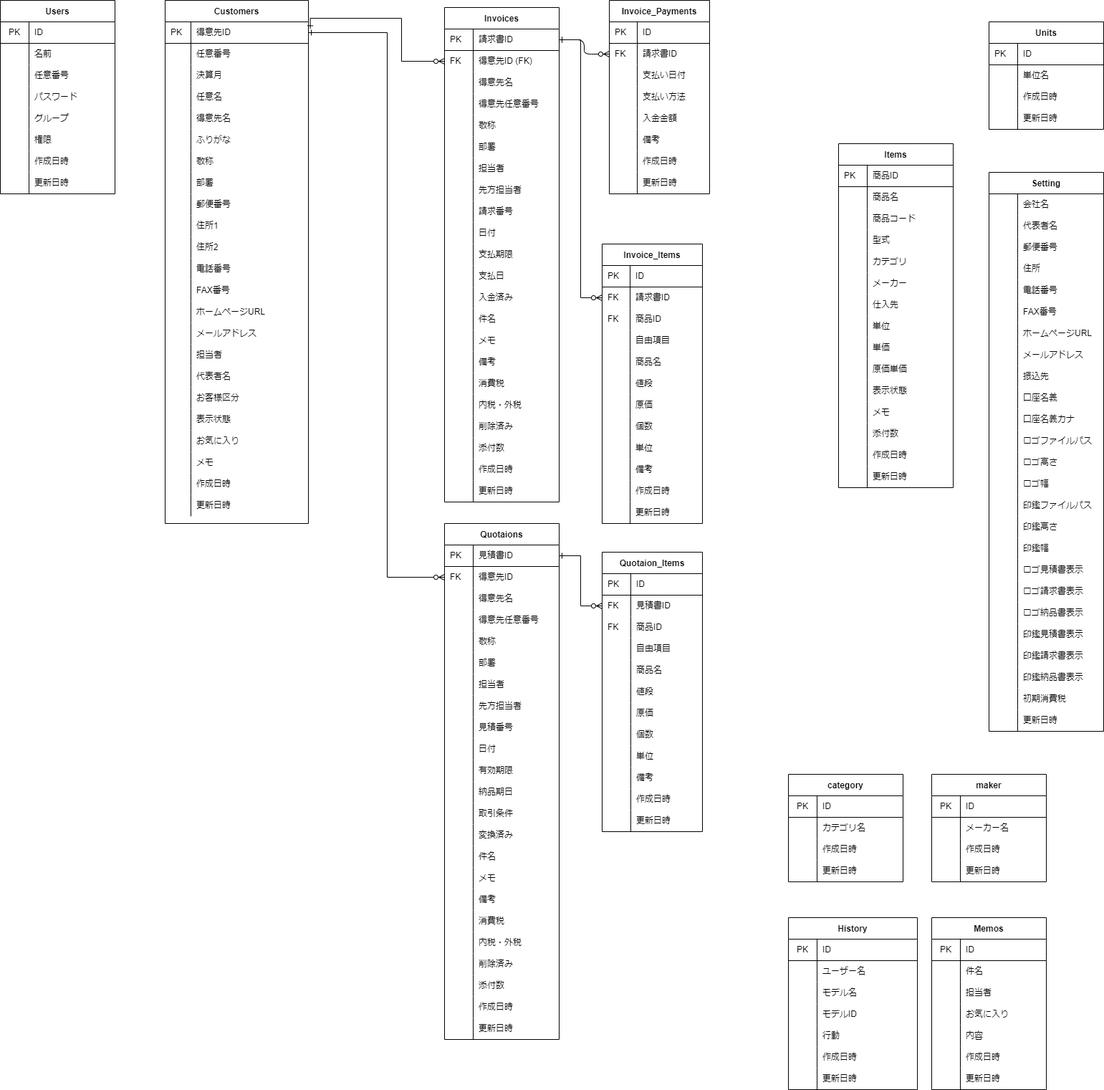
This is soho_er.png from gamasenninn/caddie-clone, a draw.io export, as it was before one commit. Source tidied: cells renumbered, new cells last; positions are measured from the earlier drawing's top-left corner, leaving out a move shared by most shapes.
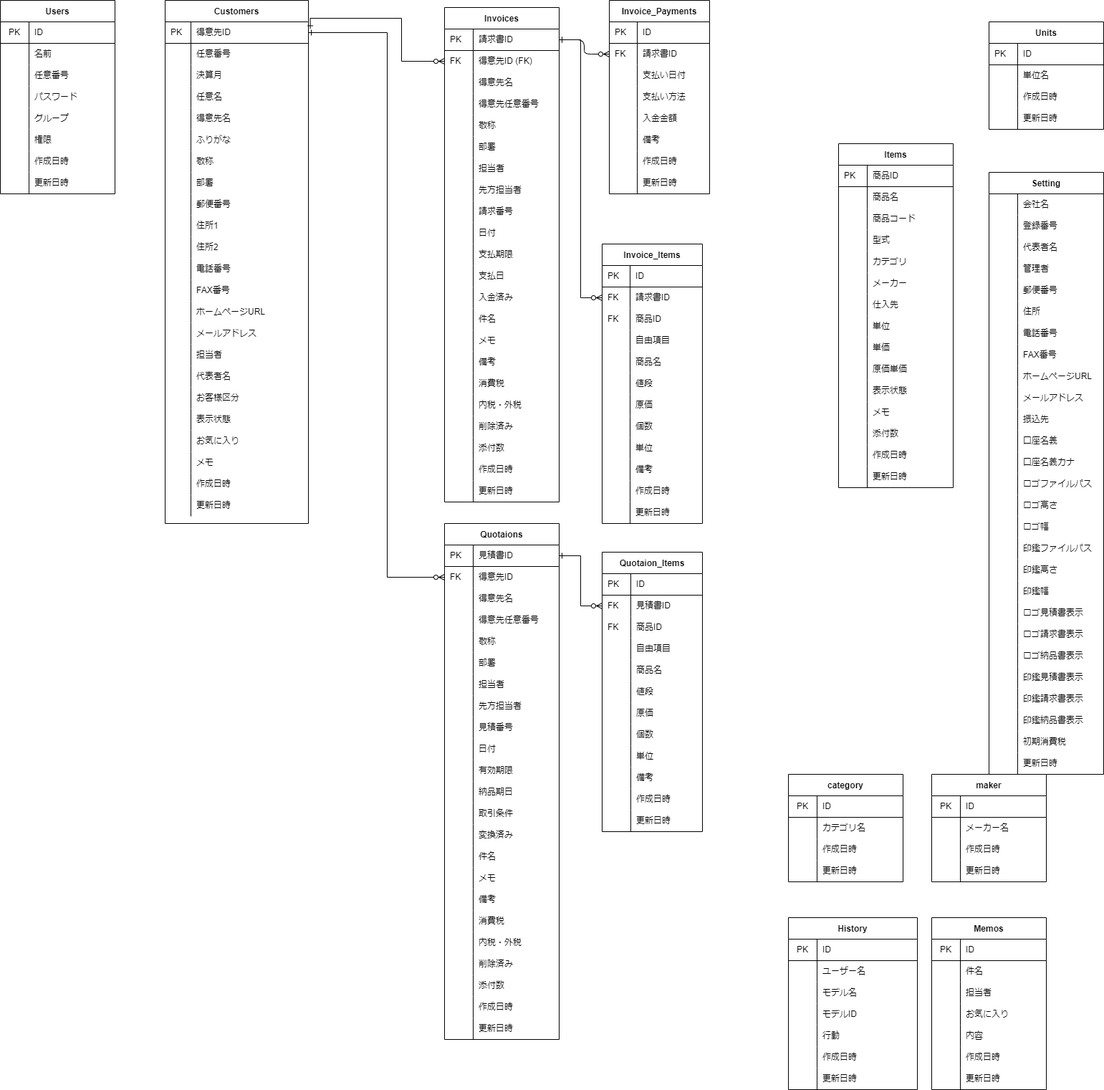
Above is the later version.

The edit, as a diff of the source:
```diff
@@ -1023,7 +1023,7 @@
       <mxGeometry x="40" width="120" height="30" as="geometry" />
     </mxCell>
     <mxCell id="342" value="Setting" style="shape=table;startSize=30;rowLines=0;fontStyle=1;align=center;" parent="1" vertex="1">
-      <mxGeometry x="1380" y="240" width="160" height="780" as="geometry" />
+      <mxGeometry x="1380" y="240" width="160" height="840" as="geometry" />
     </mxCell>
     <mxCell id="343" style="shape=partialRectangle;html=1;whiteSpace=wrap;fillColor=none;top=0;left=0;bottom=0;right=0;" parent="342" vertex="1">
       <mxGeometry y="30" width="160" height="30" as="geometry" />
@@ -1034,8 +1034,17 @@
     <mxCell id="345" value="会社名" style="shape=partialRectangle;html=1;whiteSpace=wrap;fillColor=none;top=0;left=0;bottom=0;right=0;align=left;spacingLeft=6;overflow=hidden;" parent="343" vertex="1">
       <mxGeometry x="40" width="120" height="30" as="geometry" />
     </mxCell>
+    <mxCell id="543" style="shape=partialRectangle;html=1;whiteSpace=wrap;fillColor=none;top=0;left=0;bottom=0;right=0;" parent="342" vertex="1">
+      <mxGeometry y="60" width="160" height="30" as="geometry" />
+    </mxCell>
+    <mxCell id="544" style="shape=partialRectangle;html=1;whiteSpace=wrap;fillColor=none;top=0;left=0;bottom=0;right=0;align=left;spacingLeft=6;overflow=hidden;" parent="543" vertex="1">
+      <mxGeometry width="40" height="30" as="geometry" />
+    </mxCell>
+    <mxCell id="545" value="登録番号" style="shape=partialRectangle;html=1;whiteSpace=wrap;fillColor=none;top=0;left=0;bottom=0;right=0;align=left;spacingLeft=6;overflow=hidden;" parent="543" vertex="1">
+      <mxGeometry x="40" width="120" height="30" as="geometry" />
+    </mxCell>
     <mxCell id="346" style="shape=partialRectangle;html=1;whiteSpace=wrap;fillColor=none;top=0;left=0;bottom=0;right=0;" parent="342" vertex="1">
-      <mxGeometry y="60" width="160" height="30" as="geometry" />
+      <mxGeometry y="90" width="160" height="30" as="geometry" />
     </mxCell>
     <mxCell id="347" style="shape=partialRectangle;html=1;whiteSpace=wrap;fillColor=none;top=0;left=0;bottom=0;right=0;align=left;spacingLeft=6;overflow=hidden;" parent="346" vertex="1">
       <mxGeometry width="40" height="30" as="geometry" />
@@ -1043,8 +1052,17 @@
     <mxCell id="348" value="代表者名" style="shape=partialRectangle;html=1;whiteSpace=wrap;fillColor=none;top=0;left=0;bottom=0;right=0;align=left;spacingLeft=6;overflow=hidden;" parent="346" vertex="1">
       <mxGeometry x="40" width="120" height="30" as="geometry" />
     </mxCell>
+    <mxCell id="546" style="shape=partialRectangle;html=1;whiteSpace=wrap;fillColor=none;top=0;left=0;bottom=0;right=0;" parent="342" vertex="1">
+      <mxGeometry y="120" width="160" height="30" as="geometry" />
+    </mxCell>
+    <mxCell id="547" style="shape=partialRectangle;html=1;whiteSpace=wrap;fillColor=none;top=0;left=0;bottom=0;right=0;align=left;spacingLeft=6;overflow=hidden;" parent="546" vertex="1">
+      <mxGeometry width="40" height="30" as="geometry" />
+    </mxCell>
+    <mxCell id="548" value="管理者" style="shape=partialRectangle;html=1;whiteSpace=wrap;fillColor=none;top=0;left=0;bottom=0;right=0;align=left;spacingLeft=6;overflow=hidden;" parent="546" vertex="1">
+      <mxGeometry x="40" width="120" height="30" as="geometry" />
+    </mxCell>
     <mxCell id="349" style="shape=partialRectangle;html=1;whiteSpace=wrap;fillColor=none;top=0;left=0;bottom=0;right=0;" parent="342" vertex="1">
-      <mxGeometry y="90" width="160" height="30" as="geometry" />
+      <mxGeometry y="150" width="160" height="30" as="geometry" />
     </mxCell>
     <mxCell id="350" style="shape=partialRectangle;html=1;whiteSpace=wrap;fillColor=none;top=0;left=0;bottom=0;right=0;align=left;spacingLeft=6;overflow=hidden;" parent="349" vertex="1">
       <mxGeometry width="40" height="30" as="geometry" />
@@ -1053,7 +1071,7 @@
       <mxGeometry x="40" width="120" height="30" as="geometry" />
     </mxCell>
     <mxCell id="352" style="shape=partialRectangle;html=1;whiteSpace=wrap;fillColor=none;top=0;left=0;bottom=0;right=0;" parent="342" vertex="1">
-      <mxGeometry y="120" width="160" height="30" as="geometry" />
+      <mxGeometry y="180" width="160" height="30" as="geometry" />
     </mxCell>
     <mxCell id="353" style="shape=partialRectangle;html=1;whiteSpace=wrap;fillColor=none;top=0;left=0;bottom=0;right=0;align=left;spacingLeft=6;overflow=hidden;" parent="352" vertex="1">
       <mxGeometry width="40" height="30" as="geometry" />
@@ -1062,7 +1080,7 @@
       <mxGeometry x="40" width="120" height="30" as="geometry" />
     </mxCell>
     <mxCell id="355" style="shape=partialRectangle;html=1;whiteSpace=wrap;fillColor=none;top=0;left=0;bottom=0;right=0;" parent="342" vertex="1">
-      <mxGeometry y="150" width="160" height="30" as="geometry" />
+      <mxGeometry y="210" width="160" height="30" as="geometry" />
     </mxCell>
     <mxCell id="356" style="shape=partialRectangle;html=1;whiteSpace=wrap;fillColor=none;top=0;left=0;bottom=0;right=0;align=left;spacingLeft=6;overflow=hidden;" parent="355" vertex="1">
       <mxGeometry width="40" height="30" as="geometry" />
@@ -1071,7 +1089,7 @@
       <mxGeometry x="40" width="120" height="30" as="geometry" />
     </mxCell>
     <mxCell id="358" style="shape=partialRectangle;html=1;whiteSpace=wrap;fillColor=none;top=0;left=0;bottom=0;right=0;" parent="342" vertex="1">
-      <mxGeometry y="180" width="160" height="30" as="geometry" />
+      <mxGeometry y="240" width="160" height="30" as="geometry" />
     </mxCell>
     <mxCell id="359" style="shape=partialRectangle;html=1;whiteSpace=wrap;fillColor=none;top=0;left=0;bottom=0;right=0;align=left;spacingLeft=6;overflow=hidden;" parent="358" vertex="1">
       <mxGeometry width="40" height="30" as="geometry" />
@@ -1080,7 +1098,7 @@
       <mxGeometry x="40" width="120" height="30" as="geometry" />
     </mxCell>
     <mxCell id="361" style="shape=partialRectangle;html=1;whiteSpace=wrap;fillColor=none;top=0;left=0;bottom=0;right=0;" parent="342" vertex="1">
-      <mxGeometry y="210" width="160" height="30" as="geometry" />
+      <mxGeometry y="270" width="160" height="30" as="geometry" />
     </mxCell>
     <mxCell id="362" style="shape=partialRectangle;html=1;whiteSpace=wrap;fillColor=none;top=0;left=0;bottom=0;right=0;align=left;spacingLeft=6;overflow=hidden;" parent="361" vertex="1">
       <mxGeometry width="40" height="30" as="geometry" />
@@ -1089,7 +1107,7 @@
       <mxGeometry x="40" width="120" height="30" as="geometry" />
     </mxCell>
     <mxCell id="364" style="shape=partialRectangle;html=1;whiteSpace=wrap;fillColor=none;top=0;left=0;bottom=0;right=0;" parent="342" vertex="1">
-      <mxGeometry y="240" width="160" height="30" as="geometry" />
+      <mxGeometry y="300" width="160" height="30" as="geometry" />
     </mxCell>
     <mxCell id="365" style="shape=partialRectangle;html=1;whiteSpace=wrap;fillColor=none;top=0;left=0;bottom=0;right=0;align=left;spacingLeft=6;overflow=hidden;" parent="364" vertex="1">
       <mxGeometry width="40" height="30" as="geometry" />
@@ -1098,7 +1116,7 @@
       <mxGeometry x="40" width="120" height="30" as="geometry" />
     </mxCell>
     <mxCell id="367" style="shape=partialRectangle;html=1;whiteSpace=wrap;fillColor=none;top=0;left=0;bottom=0;right=0;" parent="342" vertex="1">
-      <mxGeometry y="270" width="160" height="30" as="geometry" />
+      <mxGeometry y="330" width="160" height="30" as="geometry" />
     </mxCell>
     <mxCell id="368" style="shape=partialRectangle;html=1;whiteSpace=wrap;fillColor=none;top=0;left=0;bottom=0;right=0;align=left;spacingLeft=6;overflow=hidden;" parent="367" vertex="1">
       <mxGeometry width="40" height="30" as="geometry" />
@@ -1107,7 +1125,7 @@
       <mxGeometry x="40" width="120" height="30" as="geometry" />
     </mxCell>
     <mxCell id="370" style="shape=partialRectangle;html=1;whiteSpace=wrap;fillColor=none;top=0;left=0;bottom=0;right=0;" parent="342" vertex="1">
-      <mxGeometry y="300" width="160" height="30" as="geometry" />
+      <mxGeometry y="360" width="160" height="30" as="geometry" />
     </mxCell>
     <mxCell id="371" style="shape=partialRectangle;html=1;whiteSpace=wrap;fillColor=none;top=0;left=0;bottom=0;right=0;align=left;spacingLeft=6;overflow=hidden;" parent="370" vertex="1">
       <mxGeometry width="40" height="30" as="geometry" />
@@ -1116,7 +1134,7 @@
       <mxGeometry x="40" width="120" height="30" as="geometry" />
     </mxCell>
     <mxCell id="373" style="shape=partialRectangle;html=1;whiteSpace=wrap;fillColor=none;top=0;left=0;bottom=0;right=0;" parent="342" vertex="1">
-      <mxGeometry y="330" width="160" height="30" as="geometry" />
+      <mxGeometry y="390" width="160" height="30" as="geometry" />
     </mxCell>
     <mxCell id="374" style="shape=partialRectangle;html=1;whiteSpace=wrap;fillColor=none;top=0;left=0;bottom=0;right=0;align=left;spacingLeft=6;overflow=hidden;" parent="373" vertex="1">
       <mxGeometry width="40" height="30" as="geometry" />
@@ -1125,7 +1143,7 @@
       <mxGeometry x="40" width="120" height="30" as="geometry" />
     </mxCell>
     <mxCell id="376" style="shape=partialRectangle;html=1;whiteSpace=wrap;fillColor=none;top=0;left=0;bottom=0;right=0;" parent="342" vertex="1">
-      <mxGeometry y="360" width="160" height="30" as="geometry" />
+      <mxGeometry y="420" width="160" height="30" as="geometry" />
     </mxCell>
     <mxCell id="377" style="shape=partialRectangle;html=1;whiteSpace=wrap;fillColor=none;top=0;left=0;bottom=0;right=0;align=left;spacingLeft=6;overflow=hidden;" parent="376" vertex="1">
       <mxGeometry width="40" height="30" as="geometry" />
@@ -1134,7 +1152,7 @@
       <mxGeometry x="40" width="120" height="30" as="geometry" />
     </mxCell>
     <mxCell id="379" style="shape=partialRectangle;html=1;whiteSpace=wrap;fillColor=none;top=0;left=0;bottom=0;right=0;" parent="342" vertex="1">
-      <mxGeometry y="390" width="160" height="30" as="geometry" />
+      <mxGeometry y="450" width="160" height="30" as="geometry" />
     </mxCell>
     <mxCell id="380" style="shape=partialRectangle;html=1;whiteSpace=wrap;fillColor=none;top=0;left=0;bottom=0;right=0;align=left;spacingLeft=6;overflow=hidden;" parent="379" vertex="1">
       <mxGeometry width="40" height="30" as="geometry" />
@@ -1143,7 +1161,7 @@
       <mxGeometry x="40" width="120" height="30" as="geometry" />
     </mxCell>
     <mxCell id="382" style="shape=partialRectangle;html=1;whiteSpace=wrap;fillColor=none;top=0;left=0;bottom=0;right=0;" parent="342" vertex="1">
-      <mxGeometry y="420" width="160" height="30" as="geometry" />
+      <mxGeometry y="480" width="160" height="30" as="geometry" />
     </mxCell>
     <mxCell id="383" style="shape=partialRectangle;html=1;whiteSpace=wrap;fillColor=none;top=0;left=0;bottom=0;right=0;align=left;spacingLeft=6;overflow=hidden;" parent="382" vertex="1">
       <mxGeometry width="40" height="30" as="geometry" />
@@ -1152,7 +1170,7 @@
       <mxGeometry x="40" width="120" height="30" as="geometry" />
     </mxCell>
     <mxCell id="385" style="shape=partialRectangle;html=1;whiteSpace=wrap;fillColor=none;top=0;left=0;bottom=0;right=0;" parent="342" vertex="1">
-      <mxGeometry y="450" width="160" height="30" as="geometry" />
+      <mxGeometry y="510" width="160" height="30" as="geometry" />
     </mxCell>
     <mxCell id="386" style="shape=partialRectangle;html=1;whiteSpace=wrap;fillColor=none;top=0;left=0;bottom=0;right=0;align=left;spacingLeft=6;overflow=hidden;" parent="385" vertex="1">
       <mxGeometry width="40" height="30" as="geometry" />
@@ -1161,7 +1179,7 @@
       <mxGeometry x="40" width="120" height="30" as="geometry" />
     </mxCell>
     <mxCell id="388" style="shape=partialRectangle;html=1;whiteSpace=wrap;fillColor=none;top=0;left=0;bottom=0;right=0;" parent="342" vertex="1">
-      <mxGeometry y="480" width="160" height="30" as="geometry" />
+      <mxGeometry y="540" width="160" height="30" as="geometry" />
     </mxCell>
     <mxCell id="389" style="shape=partialRectangle;html=1;whiteSpace=wrap;fillColor=none;top=0;left=0;bottom=0;right=0;align=left;spacingLeft=6;overflow=hidden;" parent="388" vertex="1">
       <mxGeometry width="40" height="30" as="geometry" />
@@ -1170,7 +1188,7 @@
       <mxGeometry x="40" width="120" height="30" as="geometry" />
     </mxCell>
     <mxCell id="391" style="shape=partialRectangle;html=1;whiteSpace=wrap;fillColor=none;top=0;left=0;bottom=0;right=0;" parent="342" vertex="1">
-      <mxGeometry y="510" width="160" height="30" as="geometry" />
+      <mxGeometry y="570" width="160" height="30" as="geometry" />
     </mxCell>
     <mxCell id="392" style="shape=partialRectangle;html=1;whiteSpace=wrap;fillColor=none;top=0;left=0;bottom=0;right=0;align=left;spacingLeft=6;overflow=hidden;" parent="391" vertex="1">
       <mxGeometry width="40" height="30" as="geometry" />
@@ -1179,7 +1197,7 @@
       <mxGeometry x="40" width="120" height="30" as="geometry" />
     </mxCell>
     <mxCell id="394" style="shape=partialRectangle;html=1;whiteSpace=wrap;fillColor=none;top=0;left=0;bottom=0;right=0;" parent="342" vertex="1">
-      <mxGeometry y="540" width="160" height="30" as="geometry" />
+      <mxGeometry y="600" width="160" height="30" as="geometry" />
     </mxCell>
     <mxCell id="395" style="shape=partialRectangle;html=1;whiteSpace=wrap;fillColor=none;top=0;left=0;bottom=0;right=0;align=left;spacingLeft=6;overflow=hidden;" parent="394" vertex="1">
       <mxGeometry width="40" height="30" as="geometry" />
@@ -1188,7 +1206,7 @@
       <mxGeometry x="40" width="120" height="30" as="geometry" />
     </mxCell>
     <mxCell id="397" style="shape=partialRectangle;html=1;whiteSpace=wrap;fillColor=none;top=0;left=0;bottom=0;right=0;" parent="342" vertex="1">
-      <mxGeometry y="570" width="160" height="30" as="geometry" />
+      <mxGeometry y="630" width="160" height="30" as="geometry" />
     </mxCell>
     <mxCell id="398" style="shape=partialRectangle;html=1;whiteSpace=wrap;fillColor=none;top=0;left=0;bottom=0;right=0;align=left;spacingLeft=6;overflow=hidden;" parent="397" vertex="1">
       <mxGeometry width="40" height="30" as="geometry" />
@@ -1197,7 +1215,7 @@
       <mxGeometry x="40" width="120" height="30" as="geometry" />
     </mxCell>
     <mxCell id="400" style="shape=partialRectangle;html=1;whiteSpace=wrap;fillColor=none;top=0;left=0;bottom=0;right=0;" parent="342" vertex="1">
-      <mxGeometry y="600" width="160" height="30" as="geometry" />
+      <mxGeometry y="660" width="160" height="30" as="geometry" />
     </mxCell>
     <mxCell id="401" style="shape=partialRectangle;html=1;whiteSpace=wrap;fillColor=none;top=0;left=0;bottom=0;right=0;align=left;spacingLeft=6;overflow=hidden;" parent="400" vertex="1">
       <mxGeometry width="40" height="30" as="geometry" />
@@ -1206,7 +1224,7 @@
       <mxGeometry x="40" width="120" height="30" as="geometry" />
     </mxCell>
     <mxCell id="403" style="shape=partialRectangle;html=1;whiteSpace=wrap;fillColor=none;top=0;left=0;bottom=0;right=0;" parent="342" vertex="1">
-      <mxGeometry y="630" width="160" height="30" as="geometry" />
+      <mxGeometry y="690" width="160" height="30" as="geometry" />
     </mxCell>
     <mxCell id="404" style="shape=partialRectangle;html=1;whiteSpace=wrap;fillColor=none;top=0;left=0;bottom=0;right=0;align=left;spacingLeft=6;overflow=hidden;" parent="403" vertex="1">
       <mxGeometry width="40" height="30" as="geometry" />
@@ -1215,7 +1233,7 @@
       <mxGeometry x="40" width="120" height="30" as="geometry" />
     </mxCell>
     <mxCell id="406" style="shape=partialRectangle;html=1;whiteSpace=wrap;fillColor=none;top=0;left=0;bottom=0;right=0;" parent="342" vertex="1">
-      <mxGeometry y="660" width="160" height="30" as="geometry" />
+      <mxGeometry y="720" width="160" height="30" as="geometry" />
     </mxCell>
     <mxCell id="407" style="shape=partialRectangle;html=1;whiteSpace=wrap;fillColor=none;top=0;left=0;bottom=0;right=0;align=left;spacingLeft=6;overflow=hidden;" parent="406" vertex="1">
       <mxGeometry width="40" height="30" as="geometry" />
@@ -1224,7 +1242,7 @@
       <mxGeometry x="40" width="120" height="30" as="geometry" />
     </mxCell>
     <mxCell id="409" style="shape=partialRectangle;html=1;whiteSpace=wrap;fillColor=none;top=0;left=0;bottom=0;right=0;" parent="342" vertex="1">
-      <mxGeometry y="690" width="160" height="30" as="geometry" />
+      <mxGeometry y="750" width="160" height="30" as="geometry" />
     </mxCell>
     <mxCell id="410" style="shape=partialRectangle;html=1;whiteSpace=wrap;fillColor=none;top=0;left=0;bottom=0;right=0;align=left;spacingLeft=6;overflow=hidden;" parent="409" vertex="1">
       <mxGeometry width="40" height="30" as="geometry" />
@@ -1233,7 +1251,7 @@
       <mxGeometry x="40" width="120" height="30" as="geometry" />
     </mxCell>
     <mxCell id="412" style="shape=partialRectangle;html=1;whiteSpace=wrap;fillColor=none;top=0;left=0;bottom=0;right=0;" parent="342" vertex="1">
-      <mxGeometry y="720" width="160" height="30" as="geometry" />
+      <mxGeometry y="780" width="160" height="30" as="geometry" />
     </mxCell>
     <mxCell id="413" style="shape=partialRectangle;html=1;whiteSpace=wrap;fillColor=none;top=0;left=0;bottom=0;right=0;align=left;spacingLeft=6;overflow=hidden;" parent="412" vertex="1">
       <mxGeometry width="40" height="30" as="geometry" />
@@ -1242,7 +1260,7 @@
       <mxGeometry x="40" width="120" height="30" as="geometry" />
     </mxCell>
     <mxCell id="415" style="shape=partialRectangle;html=1;whiteSpace=wrap;fillColor=none;top=0;left=0;bottom=0;right=0;" parent="342" vertex="1">
-      <mxGeometry y="750" width="160" height="30" as="geometry" />
+      <mxGeometry y="810" width="160" height="30" as="geometry" />
     </mxCell>
     <mxCell id="416" style="shape=partialRectangle;html=1;whiteSpace=wrap;fillColor=none;top=0;left=0;bottom=0;right=0;align=left;spacingLeft=6;overflow=hidden;" parent="415" vertex="1">
       <mxGeometry width="40" height="30" as="geometry" />
```
